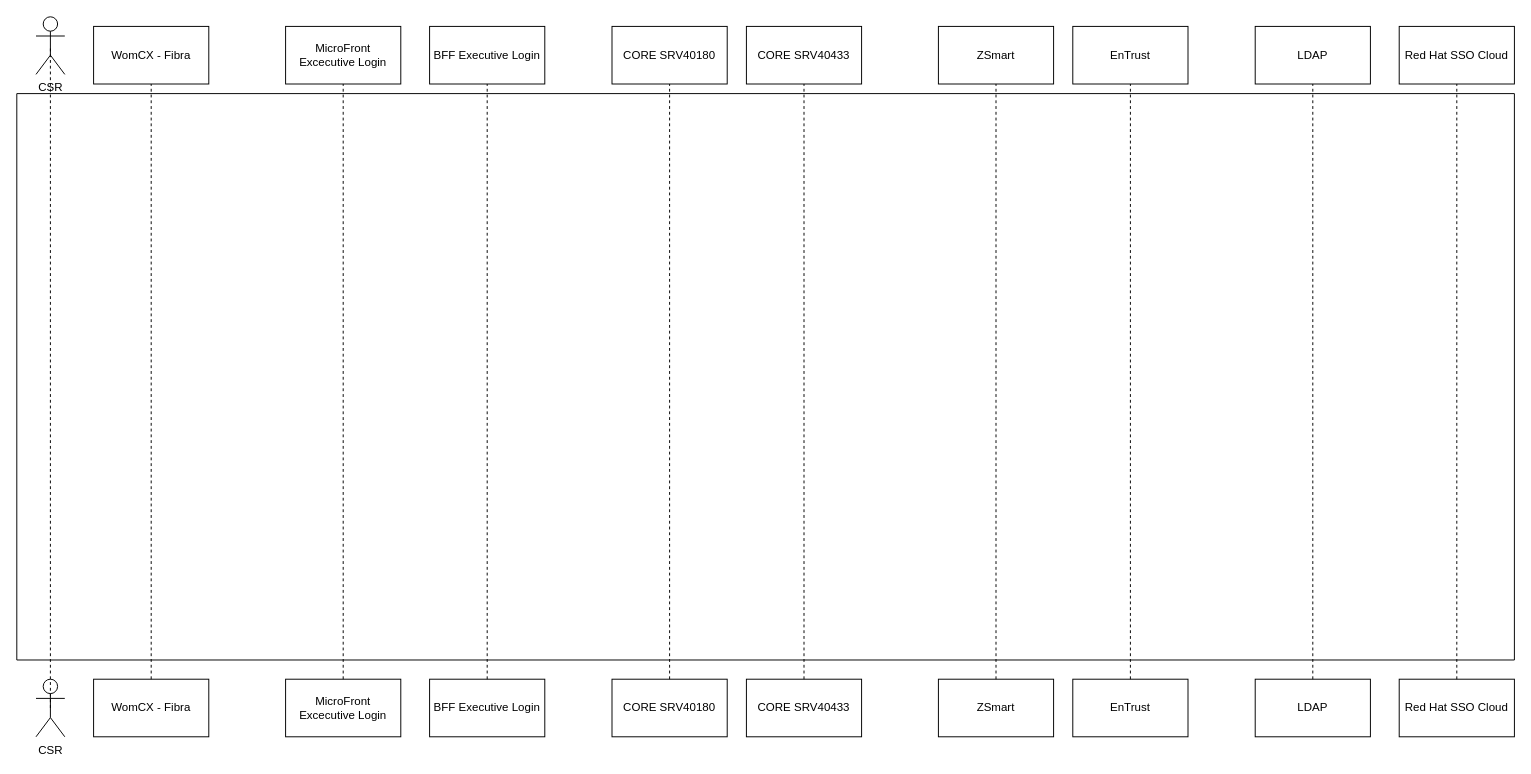
Above: LoginLayer.drawio in linosnt/womCX (draw.io), before the change. Source tidied: cells renumbered, new cells numbered last; positions are measured from the earlier drawing's top-left corner, leaving out a move shared by most shapes. Both pictures are drawn from the tidied source at 96%, with x=0, y=0 at pixel (16, 16).
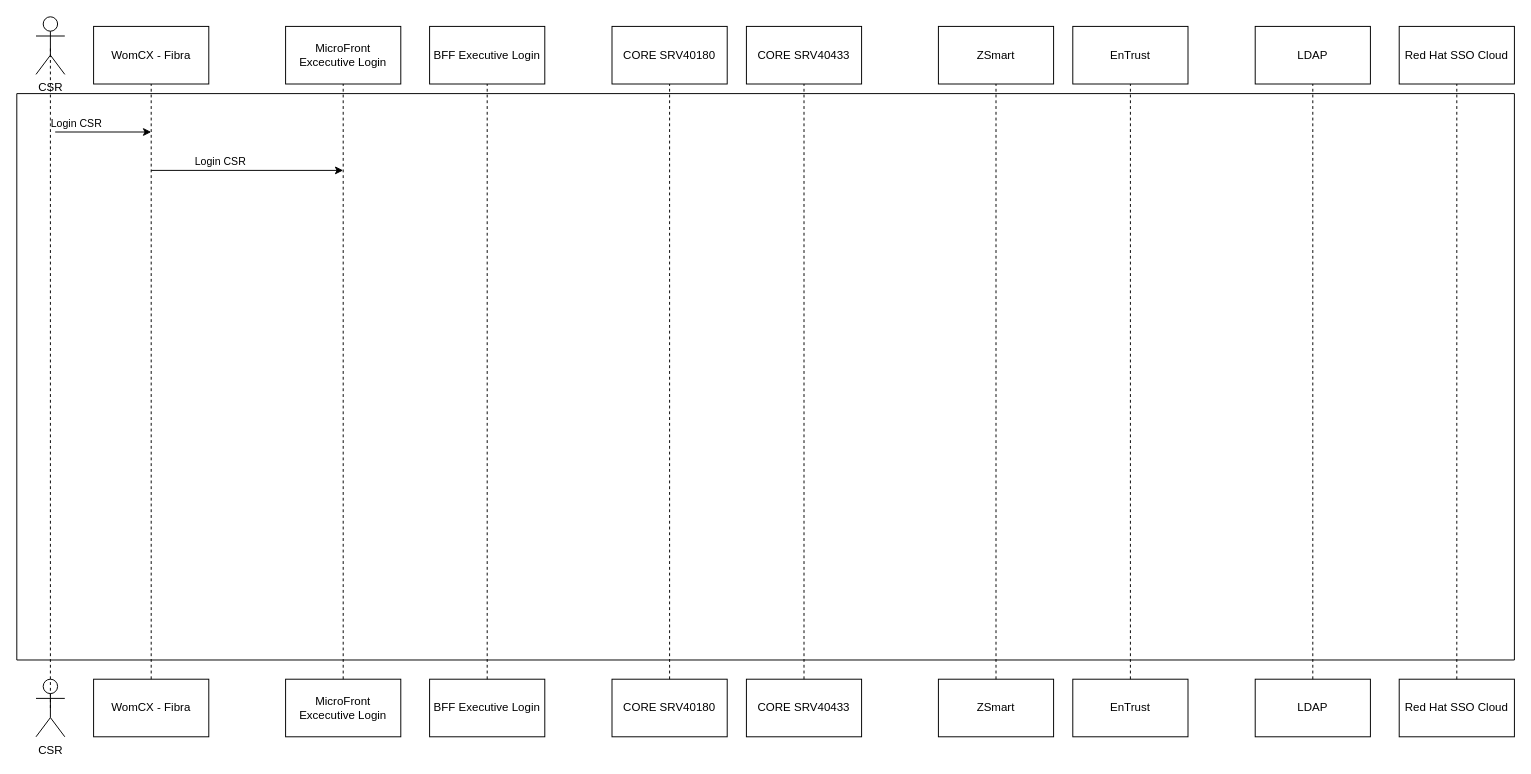
The same page after the edit.

The change refers to these unchanged cells:
```xml
<mxCell id="2" style="swimlane;startSize=0;" parent="1" vertex="1">
  <mxGeometry y="80" width="1560" height="590" as="geometry" />
</mxCell>
```

What changed in the source:
```diff
@@
+    <mxCell id="33" value="Login CSR" style="endArrow=classic;html=1;rounded=0;verticalAlign=bottom;align=right;" parent="2" edge="1">
+      <mxGeometry relative="1" as="geometry">
+        <mxPoint x="140" y="80" as="sourcePoint" />
+        <mxPoint x="340" y="80" as="targetPoint" />
+      </mxGeometry>
+    </mxCell>
@@
+    <mxCell id="34" value="Login CSR" style="endArrow=classic;html=1;rounded=0;verticalAlign=bottom;align=right;" parent="1" edge="1">
+      <mxGeometry relative="1" as="geometry">
+        <mxPoint x="40" y="120" as="sourcePoint" />
+        <mxPoint x="140" y="120" as="targetPoint" />
+      </mxGeometry>
+    </mxCell>
```
